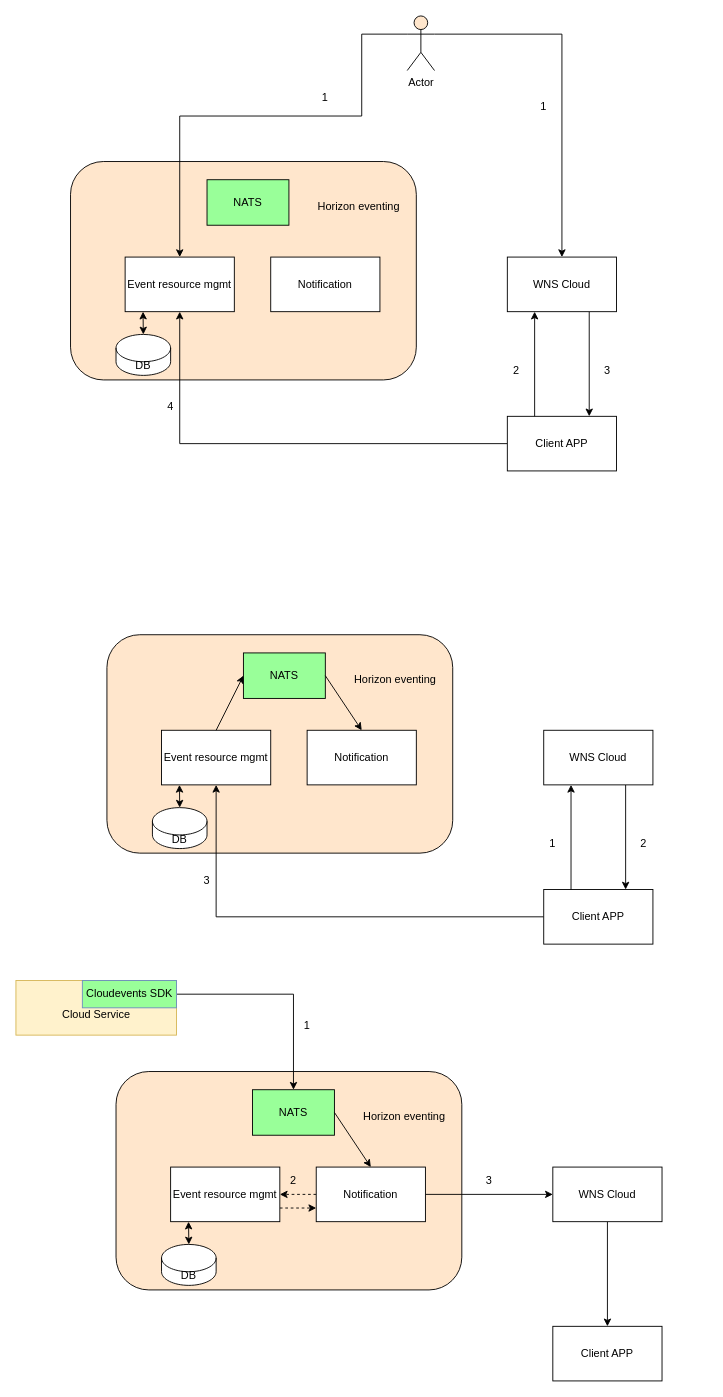
Above: page "PushNotification" (8 of 9) of HP/horizon_eventing.drawio in zhangwm1987/mydraw_io (draw.io), before the change. Source tidied: cells renumbered, new cells numbered last; positions are measured from the earlier drawing's top-left corner, leaving out a move shared by most shapes. Both pictures are drawn from the tidied source at 91%, with x=0, y=0 at pixel (15, 15).
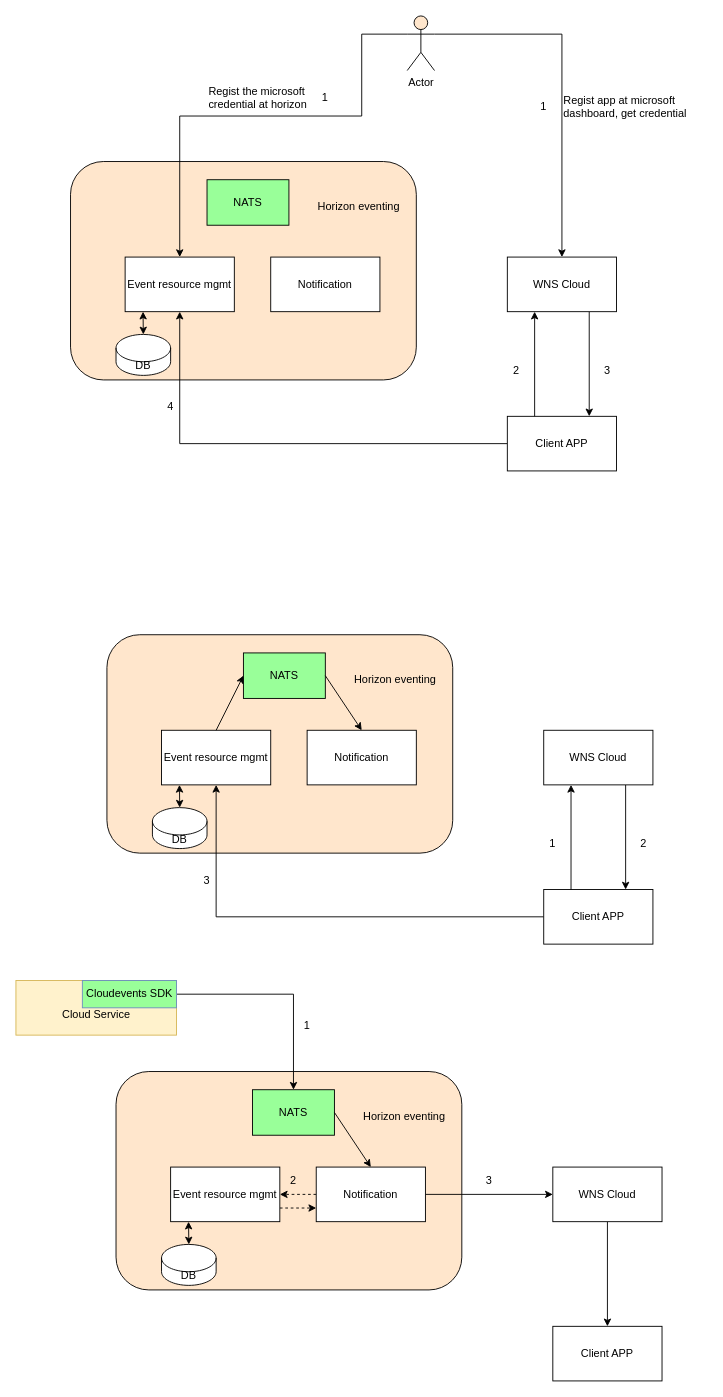
After the change.

Diff of the diagram source:
```diff
@@
+    <mxCell id="59" value="Regist app at microsoft dashboard, get credential" style="text;html=1;strokeColor=none;fillColor=none;align=left;verticalAlign=middle;whiteSpace=wrap;rounded=0;" parent="1" vertex="1">
+      <mxGeometry x="600" y="90" width="160" height="20" as="geometry" />
+    </mxCell>
+    <mxCell id="60" value="Regist the microsoft credential at horizon" style="text;html=1;strokeColor=none;fillColor=none;align=left;verticalAlign=middle;whiteSpace=wrap;rounded=0;" parent="1" vertex="1">
+      <mxGeometry x="210" y="80" width="160" height="20" as="geometry" />
+    </mxCell>
```
